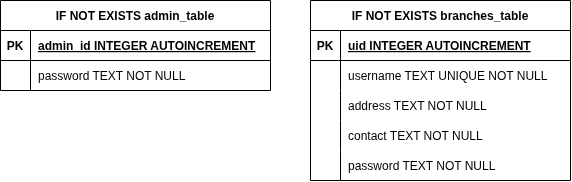
Before: document/login_database_diagram.drawio.png, a diagram exported from draw.io (euuii/StayBook). Source tidied: cells renumbered, new cells last; positions are measured from the earlier drawing's top-left corner, leaving out a move shared by most shapes.
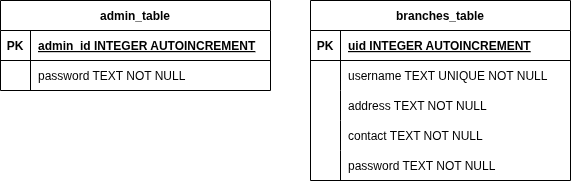
The same file after the commit.

The edit, as a diff of the source:
```diff
@@ -2,7 +2,7 @@
   <root>
     <mxCell id="0" />
     <mxCell id="1" parent="0" />
-    <mxCell id="2" value="IF NOT EXISTS admin_table" style="shape=table;startSize=30;rowLines=0;fontStyle=1;align=center;" parent="1" vertex="1">
+    <mxCell id="2" value="admin_table" style="shape=table;startSize=30;rowLines=0;fontStyle=1;align=center;" parent="1" vertex="1">
       <mxGeometry width="270" height="90" as="geometry" />
     </mxCell>
     <mxCell id="3" style="shape=tableRow;horizontal=0;startSize=0;swimlaneHead=0;swimlaneBody=0;fillColor=none;strokeColor=inherit;top=0;left=0;right=0;bottom=1;" parent="2" vertex="1">
@@ -23,7 +23,7 @@
     <mxCell id="8" value="password TEXT NOT NULL" style="shape=partialRectangle;overflow=hidden;fillColor=none;align=left;strokeColor=inherit;top=0;left=0;bottom=0;right=0;spacingLeft=6;" parent="6" vertex="1">
       <mxGeometry x="30" width="240" height="30" as="geometry" />
     </mxCell>
-    <mxCell id="9" value="IF NOT EXISTS branches_table" style="shape=table;startSize=30;rowLines=0;fontStyle=1;align=center;" parent="1" vertex="1">
+    <mxCell id="9" value="branches_table" style="shape=table;startSize=30;rowLines=0;fontStyle=1;align=center;" parent="1" vertex="1">
       <mxGeometry x="310" width="260" height="180" as="geometry" />
     </mxCell>
     <mxCell id="10" style="shape=tableRow;horizontal=0;startSize=0;swimlaneHead=0;swimlaneBody=0;fillColor=none;strokeColor=inherit;top=0;left=0;right=0;bottom=1;" parent="9" vertex="1">
```
